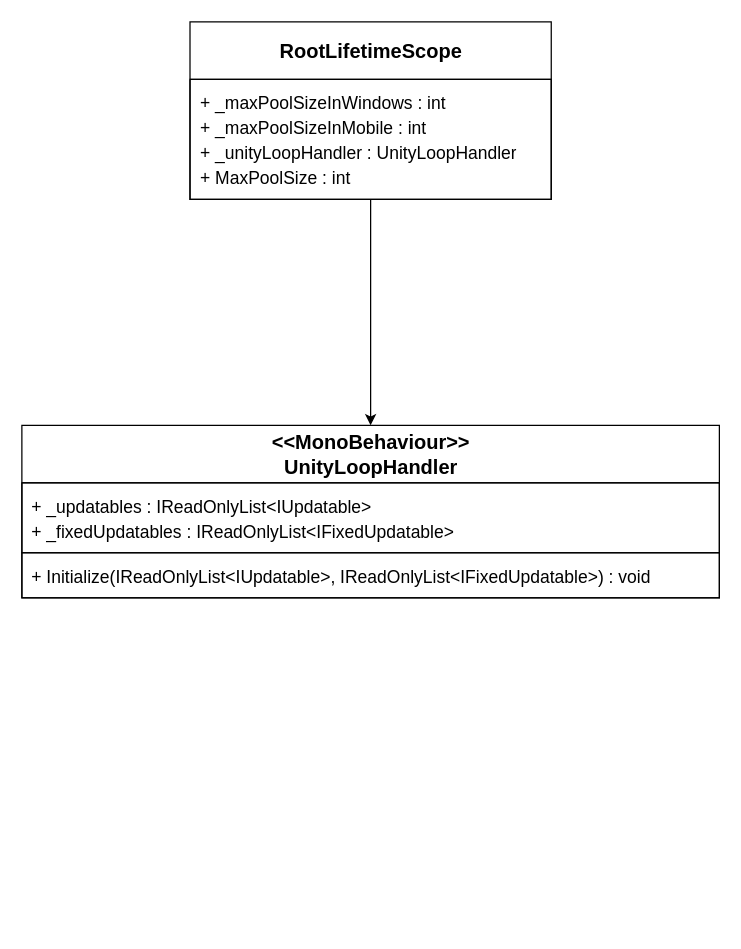
Above: Docs/Architecture/Diagrams/Composition/Root.drawio in THISISJUSTICE/CubicLand (draw.io), before the change. Source tidied: cells renumbered, new cells numbered last; positions are measured from the earlier drawing's top-left corner, leaving out a move shared by most shapes. Both pictures are drawn from the tidied source at 125%, with x=0, y=0 at pixel (21, 21).
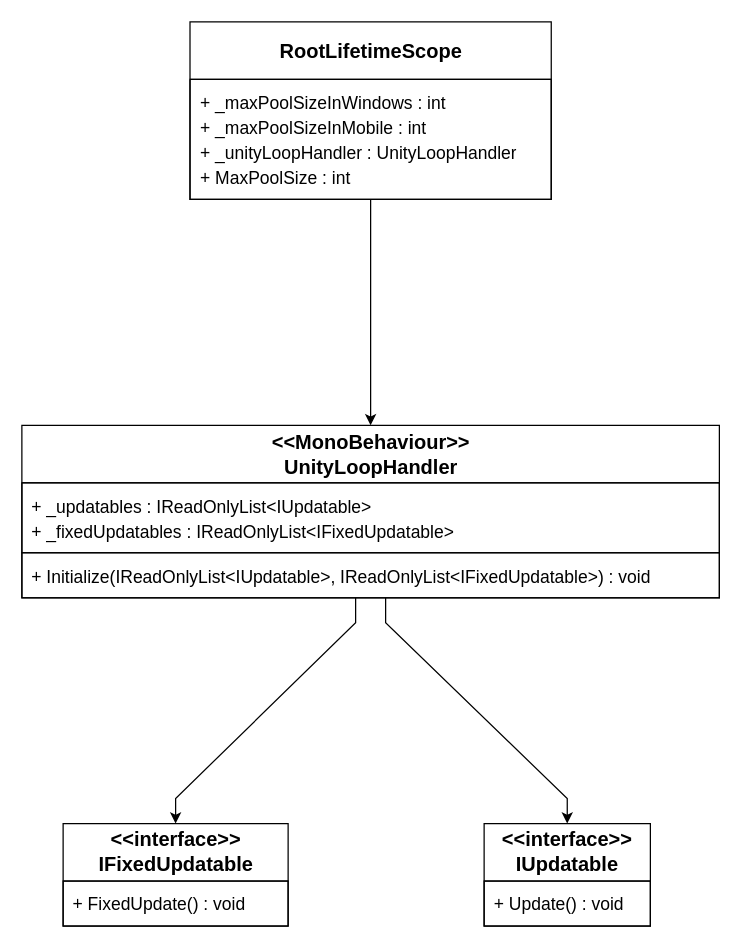
Above is the later version.

Commit message (it also covers changes not shown here):
[정리] Root 참조 추가

The edit, as a diff of the source:
```diff
@@
 <mxGraphModel>
   <root>
     <mxCell id="0" />
     <mxCell id="1" parent="0" />
     <mxCell id="2" value="&lt;h4 style=&quot;margin:0&quot;&gt;RootLifetimeScope&lt;/h4&gt;" style="swimlane;fontSize=16;fontStyle=1;align=center;verticalAlign=middle;horizontal=1;startSize=46;html=1;fillColor=none;swimlaneFillColor=none;strokeColor=#000000;" parent="1" vertex="1">
       <mxGeometry x="134.5" width="289" height="142" as="geometry" />
     </mxCell>
     <mxCell id="3" value="&lt;div&gt;&amp;lt;&amp;lt;MonoBehaviour&amp;gt;&amp;gt;&lt;/div&gt;&lt;h4 style=&quot;margin:0&quot;&gt;UnityLoopHandler&lt;/h4&gt;" style="swimlane;fontSize=16;fontStyle=1;align=center;verticalAlign=middle;horizontal=1;startSize=46;html=1;fillColor=none;swimlaneFillColor=none;strokeColor=#000000;" parent="1" vertex="1">
       <mxGeometry y="322.7" width="558" height="138" as="geometry" />
     </mxCell>
     <mxCell id="4" style="edgeStyle=none;curved=0;rounded=0;html=1;strokeColor=#000000;exitPerimeter=0;entryPerimeter=0;exitX=0.50000;exitY=1.00000;entryX=0.50000;entryY=0.00000;endArrow=classic;endFill=1;" parent="1" edge="1" source="2" target="3">
       <mxGeometry relative="1" as="geometry" />
     </mxCell>
+    <mxCell id="8" value="&lt;div&gt;&amp;lt;&amp;lt;interface&amp;gt;&amp;gt;&lt;/div&gt;&lt;h4 style=&quot;margin:0&quot;&gt;IFixedUpdatable&lt;/h4&gt;" style="swimlane;fontSize=16;fontStyle=1;align=center;verticalAlign=middle;horizontal=1;startSize=46;html=1;fillColor=none;swimlaneFillColor=none;strokeColor=#000000;" parent="1" vertex="1">
+      <mxGeometry x="33" y="641.3" width="180" height="82" as="geometry" />
+    </mxCell>
+    <mxCell id="9" value="&lt;div style=&quot;height:20px;line-height:20px;margin:0;padding:0;white-space:nowrap&quot;&gt;+ FixedUpdate() : void&lt;/div&gt;" style="text;fontSize=14;strokeColor=#000000;fillColor=none;align=left;verticalAlign=middle;spacingTop=4;spacingBottom=4;spacingLeft=6;spacingRight=6;whiteSpace=wrap;overflow=hidden;html=1;" parent="8" vertex="1">
+      <mxGeometry y="46" width="180" height="36" as="geometry" />
+    </mxCell>
+    <mxCell id="10" value="&lt;div&gt;&amp;lt;&amp;lt;interface&amp;gt;&amp;gt;&lt;/div&gt;&lt;h4 style=&quot;margin:0&quot;&gt;IUpdatable&lt;/h4&gt;" style="swimlane;fontSize=16;fontStyle=1;align=center;verticalAlign=middle;horizontal=1;startSize=46;html=1;fillColor=none;swimlaneFillColor=none;strokeColor=#000000;" parent="1" vertex="1">
+      <mxGeometry x="369.8" y="641.3" width="133" height="82" as="geometry" />
+    </mxCell>
+    <mxCell id="11" value="&lt;div style=&quot;height:20px;line-height:20px;margin:0;padding:0;white-space:nowrap&quot;&gt;+ Update() : void&lt;/div&gt;" style="text;fontSize=14;strokeColor=#000000;fillColor=none;align=left;verticalAlign=middle;spacingTop=4;spacingBottom=4;spacingLeft=6;spacingRight=6;whiteSpace=wrap;overflow=hidden;html=1;" parent="10" vertex="1">
+      <mxGeometry y="46" width="133" height="36" as="geometry" />
+    </mxCell>
     <mxCell id="5" value="&lt;div style=&quot;height:20px;line-height:20px;margin:0;padding:0;white-space:nowrap&quot;&gt;+ _maxPoolSizeInWindows : int&lt;/div&gt;&lt;div style=&quot;height:20px;line-height:20px;margin:0;padding:0;white-space:nowrap&quot;&gt;+ _maxPoolSizeInMobile : int&lt;/div&gt;&lt;div style=&quot;height:20px;line-height:20px;margin:0;padding:0;white-space:nowrap&quot;&gt;+ _unityLoopHandler : UnityLoopHandler&lt;/div&gt;&lt;div style=&quot;height:20px;line-height:20px;margin:0;padding:0;white-space:nowrap&quot;&gt;+ MaxPoolSize : int&lt;/div&gt;" style="text;fontSize=14;strokeColor=#000000;fillColor=none;align=left;verticalAlign=middle;spacingTop=4;spacingBottom=4;spacingLeft=6;spacingRight=6;whiteSpace=wrap;overflow=hidden;html=1;" parent="2" vertex="1">
       <mxGeometry y="46" width="289" height="96" as="geometry" />
     </mxCell>
     <mxCell id="6" value="&lt;div style=&quot;height:20px;line-height:20px;margin:0;padding:0;white-space:nowrap&quot;&gt;+ _updatables : IReadOnlyList&amp;lt;IUpdatable&amp;gt;&lt;/div&gt;&lt;div style=&quot;height:20px;line-height:20px;margin:0;padding:0;white-space:nowrap&quot;&gt;+ _fixedUpdatables : IReadOnlyList&amp;lt;IFixedUpdatable&amp;gt;&lt;/div&gt;" style="text;fontSize=14;strokeColor=#000000;fillColor=none;align=left;verticalAlign=middle;spacingTop=4;spacingBottom=4;spacingLeft=6;spacingRight=6;whiteSpace=wrap;overflow=hidden;html=1;" parent="3" vertex="1">
       <mxGeometry y="46" width="558" height="56" as="geometry" />
     </mxCell>
     <mxCell id="7" value="&lt;div style=&quot;height:20px;line-height:20px;margin:0;padding:0;white-space:nowrap&quot;&gt;+ Initialize(IReadOnlyList&amp;lt;IUpdatable&amp;gt;, IReadOnlyList&amp;lt;IFixedUpdatable&amp;gt;) : void&lt;/div&gt;" style="text;fontSize=14;strokeColor=#000000;fillColor=none;align=left;verticalAlign=middle;spacingTop=4;spacingBottom=4;spacingLeft=6;spacingRight=6;whiteSpace=wrap;overflow=hidden;html=1;" parent="3" vertex="1">
       <mxGeometry y="102" width="558" height="36" as="geometry" />
     </mxCell>
+    <mxCell id="12" style="edgeStyle=none;curved=0;rounded=0;html=1;strokeColor=#000000;exitPerimeter=0;entryPerimeter=0;exitX=0.47849;exitY=1.00000;entryX=0.50000;entryY=0.00000;endArrow=classic;endFill=1;" parent="1" edge="1" source="3" target="8">
+      <mxGeometry relative="1" as="geometry">
+        <Array as="points">
+          <mxPoint x="267" y="480.7" />
+          <mxPoint x="123" y="621.3" />
+        </Array>
+      </mxGeometry>
+    </mxCell>
+    <mxCell id="13" style="edgeStyle=none;curved=0;rounded=0;html=1;strokeColor=#000000;exitPerimeter=0;entryPerimeter=0;exitX=0.52151;exitY=1.00000;entryX=0.50000;entryY=0.00000;endArrow=classic;endFill=1;" parent="1" edge="1" source="3" target="10">
+      <mxGeometry relative="1" as="geometry">
+        <Array as="points">
+          <mxPoint x="291" y="480.7" />
+          <mxPoint x="436.3" y="621.3" />
+        </Array>
+      </mxGeometry>
+    </mxCell>
   </root>
 </mxGraphModel>
```
